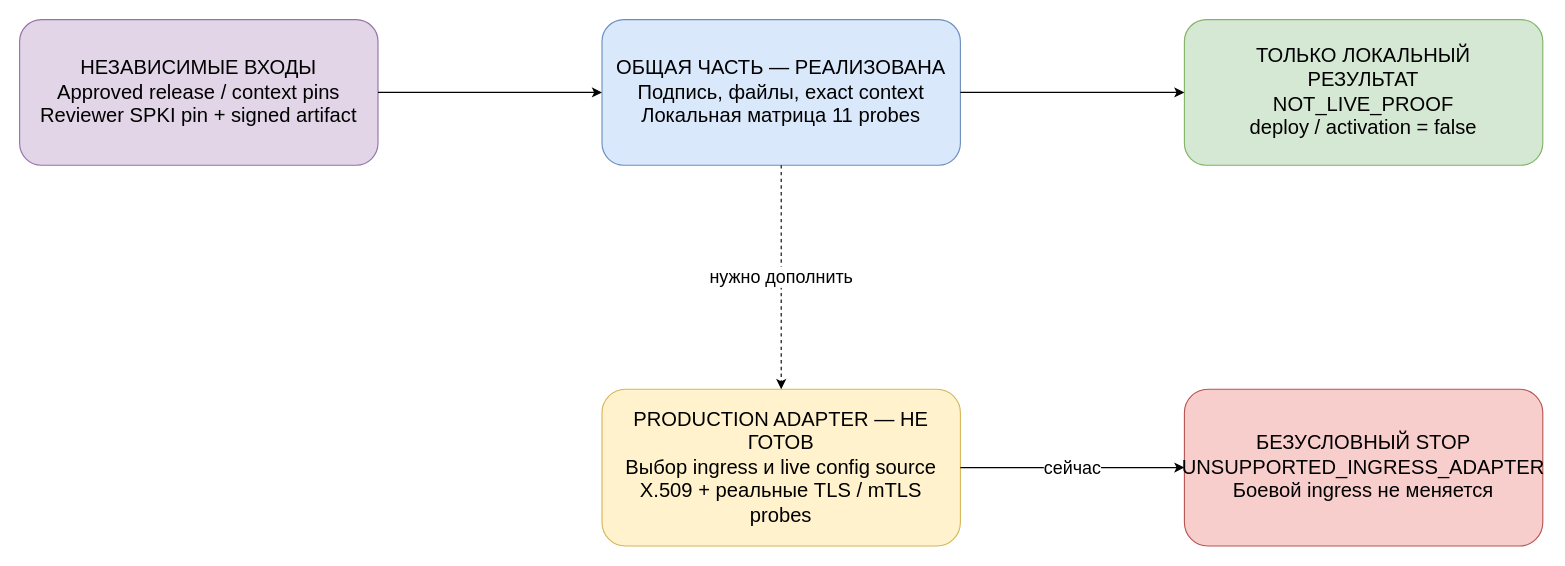
Before: docs/assets/partner-game-membership-ingress-evidence.drawio in Z6v6e6r/lk, a draw.io diagram. Source tidied: cells renumbered, new cells numbered last; positions are measured from the earlier drawing's top-left corner, leaving out a move shared by most shapes. Both pictures are drawn from the tidied source at 112%, with x=0, y=0 at pixel (19, 19).
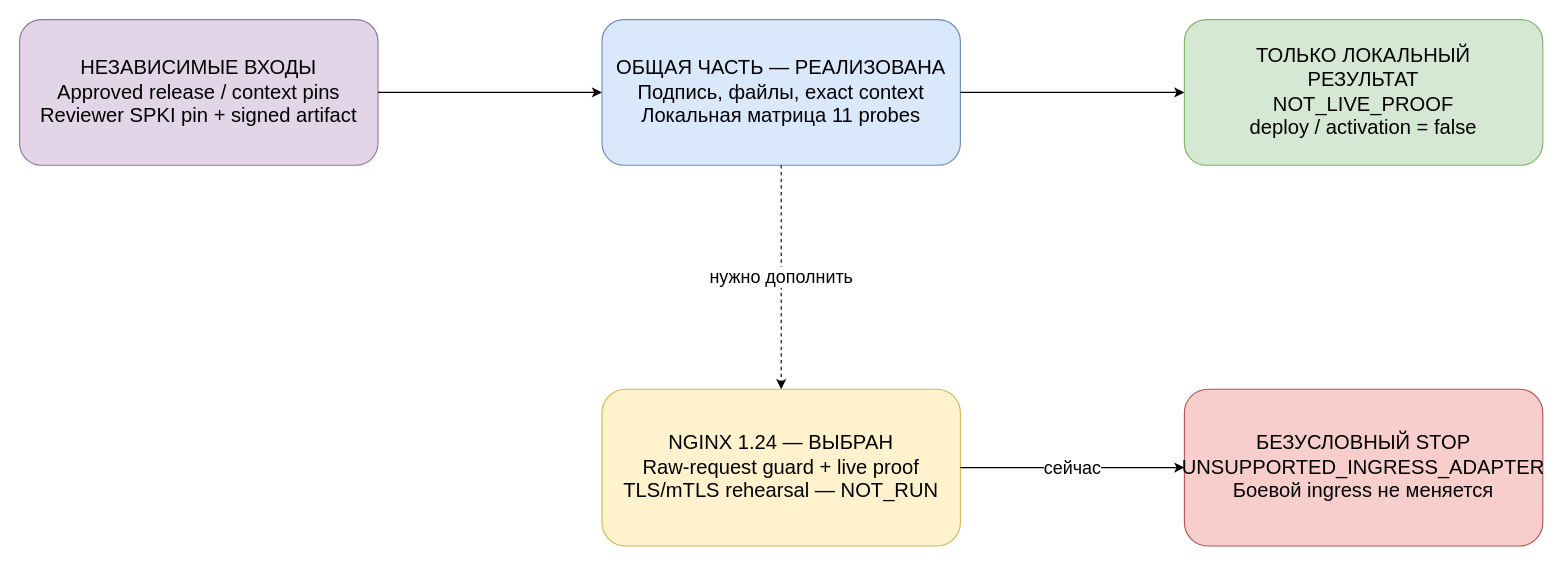
The same diagram, later.

Commit message (it also covers changes not shown here):
Record Nginx choice and fail-closed capability preflight

What changed in the source:
```diff
@@
 <mxGraphModel>
   <root>
     <mxCell id="0" />
     <mxCell id="1" parent="0" />
     <mxCell id="2" value="НЕЗАВИСИМЫЕ ВХОДЫ&#10;Approved release / context pins&#10;Reviewer SPKI pin + signed artifact" style="rounded=1;whiteSpace=wrap;html=1;fillColor=#e1d5e7;strokeColor=#9673a6;fontSize=18;spacing=14;" parent="1" vertex="1">
       <mxGeometry width="320" height="130" as="geometry" />
     </mxCell>
     <mxCell id="3" value="ОБЩАЯ ЧАСТЬ — РЕАЛИЗОВАНА&#10;Подпись, файлы, exact context&#10;Локальная матрица 11 probes" style="rounded=1;whiteSpace=wrap;html=1;fillColor=#dae8fc;strokeColor=#6c8ebf;fontSize=18;spacing=14;" parent="1" vertex="1">
       <mxGeometry x="520" width="320" height="130" as="geometry" />
     </mxCell>
     <mxCell id="4" value="ТОЛЬКО ЛОКАЛЬНЫЙ РЕЗУЛЬТАТ&#10;NOT_LIVE_PROOF&#10;deploy / activation = false" style="rounded=1;whiteSpace=wrap;html=1;fillColor=#d5e8d4;strokeColor=#82b366;fontSize=18;spacing=14;" parent="1" vertex="1">
       <mxGeometry x="1040" width="320" height="130" as="geometry" />
     </mxCell>
-    <mxCell id="5" value="PRODUCTION ADAPTER — НЕ ГОТОВ&#10;Выбор ingress и live config source&#10;X.509 + реальные TLS / mTLS probes" style="rounded=1;whiteSpace=wrap;html=1;fillColor=#fff2cc;strokeColor=#d6b656;fontSize=18;spacing=14;" parent="1" vertex="1">
+    <mxCell id="5" value="NGINX 1.24 — ВЫБРАН&#10;Raw-request guard + live proof&#10;TLS/mTLS rehearsal — NOT_RUN" style="rounded=1;whiteSpace=wrap;html=1;fillColor=#fff2cc;strokeColor=#d6b656;fontSize=18;spacing=14;" parent="1" vertex="1">
       <mxGeometry x="520" y="330" width="320" height="140" as="geometry" />
     </mxCell>
     <mxCell id="6" value="БЕЗУСЛОВНЫЙ STOP&#10;UNSUPPORTED_INGRESS_ADAPTER&#10;Боевой ingress не меняется" style="rounded=1;whiteSpace=wrap;html=1;fillColor=#f8cecc;strokeColor=#b85450;fontSize=18;spacing=14;" parent="1" vertex="1">
       <mxGeometry x="1040" y="330" width="320" height="140" as="geometry" />
     </mxCell>
     <mxCell id="7" style="edgeStyle=orthogonalEdgeStyle;rounded=1;jettySize=auto;html=1;exitX=1;exitY=0.5;entryX=0;entryY=0.5;" parent="1" edge="1" source="2" target="3">
       <mxGeometry relative="1" as="geometry" />
     </mxCell>
     <mxCell id="8" style="edgeStyle=orthogonalEdgeStyle;rounded=1;jettySize=auto;html=1;exitX=1;exitY=0.5;entryX=0;entryY=0.5;" parent="1" edge="1" source="3" target="4">
       <mxGeometry relative="1" as="geometry" />
     </mxCell>
     <mxCell id="9" value="нужно дополнить" style="edgeStyle=orthogonalEdgeStyle;rounded=1;jettySize=auto;html=1;dashed=1;fontSize=16;exitX=0.5;exitY=1;entryX=0.5;entryY=0;" parent="1" edge="1" source="3" target="5">
       <mxGeometry relative="1" as="geometry" />
     </mxCell>
     <mxCell id="10" value="сейчас" style="edgeStyle=orthogonalEdgeStyle;rounded=1;jettySize=auto;html=1;fontSize=16;exitX=1;exitY=0.5;entryX=0;entryY=0.5;" parent="1" edge="1" source="5" target="6">
       <mxGeometry relative="1" as="geometry" />
     </mxCell>
   </root>
 </mxGraphModel>
```
